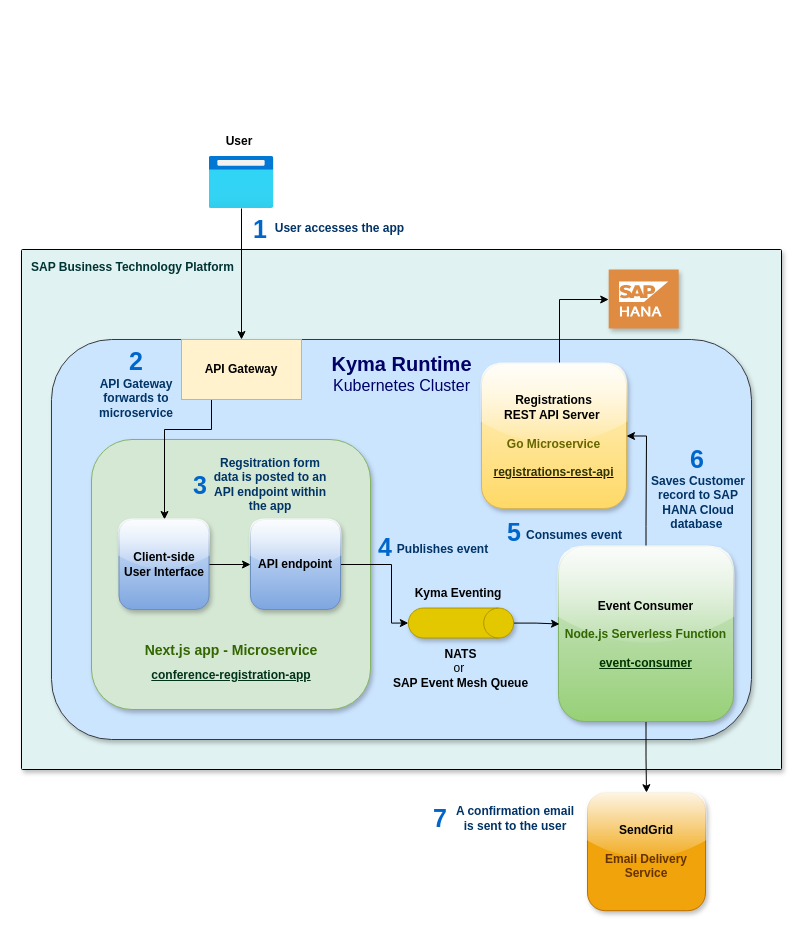
SAP-samples/kyma-runtime-extension-samples keeps this draw.io diagram as nextjs-app-with-kyma-eventing/docs/assets/conference-registration-app-architecture.drawio. Above is the earlier version. Source tidied: cells renumbered, new cells numbered last; positions are measured from the earlier drawing's top-left corner, leaving out a move shared by most shapes. Both pictures are drawn from the tidied source at 100%, with x=0, y=0 at pixel (21, 126).
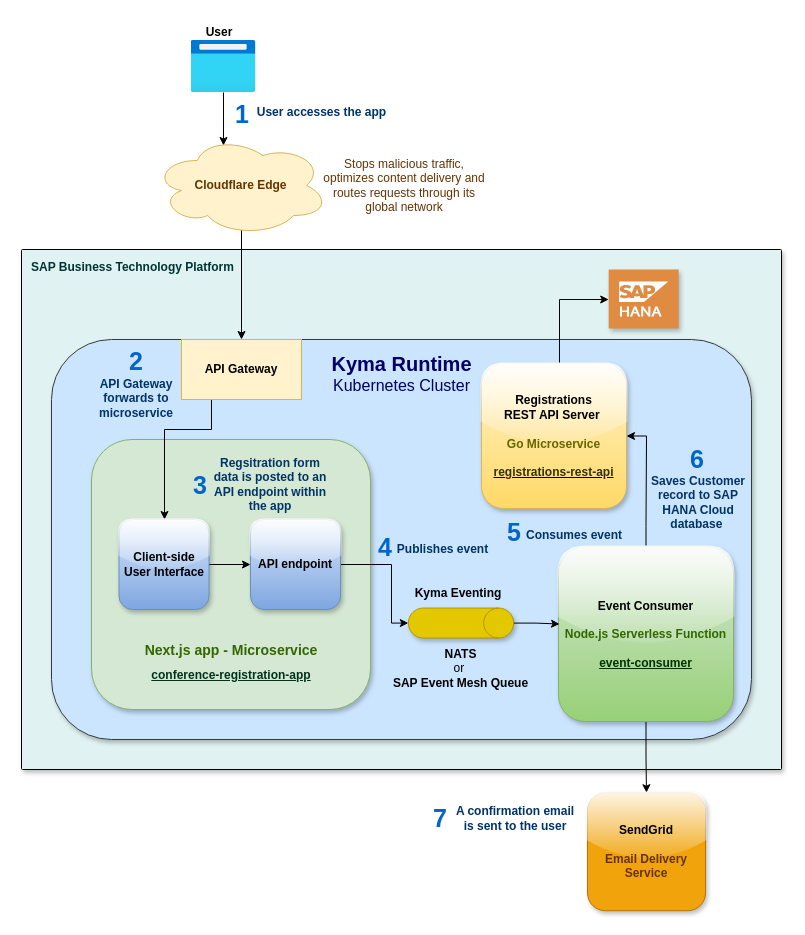
The same page after the edit.

Unchanged cells that the change refers to:
```xml
<mxCell id="16" value="&lt;b&gt;API Gateway&lt;/b&gt;" style="rounded=0;whiteSpace=wrap;html=1;fillColor=#fff2cc;strokeColor=#d6b656;" parent="1" vertex="1">
  <mxGeometry x="160" y="213" width="120" height="60" as="geometry" />
</mxCell>
```

Diff of the diagram source:
```diff
@@
+    <mxCell id="41" style="edgeStyle=orthogonalEdgeStyle;rounded=0;jettySize=auto;html=1;fontColor=#663300;exitX=0.625;exitY=0.2;exitDx=0;exitDy=0;exitPerimeter=0;" parent="1" edge="1" source="43">
+      <mxGeometry relative="1" as="geometry">
+        <mxPoint x="220" y="213" as="targetPoint" />
+        <Array as="points">
+          <mxPoint x="220" y="29" />
+        </Array>
+      </mxGeometry>
+    </mxCell>
@@
-    <mxCell id="11" style="edgeStyle=orthogonalEdgeStyle;rounded=0;jettySize=auto;html=1;entryX=0.5;entryY=0;entryDx=0;entryDy=0;" parent="1" edge="1" source="12" target="16">
-      <mxGeometry relative="1" as="geometry" />
-    </mxCell>
+    <mxCell id="42" style="edgeStyle=orthogonalEdgeStyle;rounded=0;jettySize=auto;html=1;entryX=0.4;entryY=0.1;entryDx=0;entryDy=0;entryPerimeter=0;fontColor=#663300;" parent="1" edge="1" source="12" target="43">
+      <mxGeometry relative="1" as="geometry" />
+    </mxCell>
     <mxCell id="12" style="html=1;points=[];align=center;image;fontSize=12;image=img/lib/azure2/general/Browser.svg;" parent="1" vertex="1">
-      <mxGeometry x="187.5" y="30" width="65" height="52" as="geometry" />
+      <mxGeometry x="169.5" y="-86" width="65" height="52" as="geometry" />
     </mxCell>
     <mxCell id="13" value="&lt;b&gt;User&lt;/b&gt;" style="text;html=1;strokeColor=none;fillColor=none;align=center;verticalAlign=middle;whiteSpace=wrap;rounded=0;" parent="1" vertex="1">
-      <mxGeometry x="187.5" width="60" height="30" as="geometry" />
+      <mxGeometry x="167.5" y="-109" width="60" height="30" as="geometry" />
     </mxCell>
@@
     <mxCell id="17" value="&lt;b&gt;&lt;font color=&quot;#003366&quot;&gt;User accesses the app&lt;/font&gt;&lt;/b&gt;" style="text;html=1;strokeColor=none;fillColor=none;align=center;verticalAlign=middle;whiteSpace=wrap;rounded=0;" parent="1" vertex="1">
-      <mxGeometry x="222" y="92" width="193" height="20" as="geometry" />
+      <mxGeometry x="204" y="-24" width="193" height="20" as="geometry" />
     </mxCell>
     <mxCell id="18" value="&lt;font size=&quot;1&quot; color=&quot;#0066cc&quot;&gt;&lt;b style=&quot;font-size: 25px&quot;&gt;1&lt;/b&gt;&lt;/font&gt;" style="text;html=1;strokeColor=none;fillColor=none;align=center;verticalAlign=middle;whiteSpace=wrap;rounded=0;" parent="1" vertex="1">
-      <mxGeometry x="209" y="87" width="60" height="30" as="geometry" />
+      <mxGeometry x="191" y="-28" width="60" height="30" as="geometry" />
     </mxCell>
@@
+    <mxCell id="43" value="&lt;b&gt;&lt;font color=&quot;#663300&quot;&gt;Cloudflare Edge&lt;/font&gt;&lt;/b&gt;" style="ellipse;shape=cloud;whiteSpace=wrap;html=1;fillColor=#fff2cc;strokeColor=#d6b656;" parent="1" vertex="1">
+      <mxGeometry x="132" y="9" width="175" height="100" as="geometry" />
+    </mxCell>
+    <mxCell id="44" value="Stops malicious traffic, optimizes content delivery and routes requests through its global network" style="text;html=1;strokeColor=none;fillColor=none;align=center;verticalAlign=middle;whiteSpace=wrap;rounded=0;fontColor=#663300;" parent="1" vertex="1">
+      <mxGeometry x="297.5" y="34" width="170" height="50" as="geometry" />
+    </mxCell>
```
